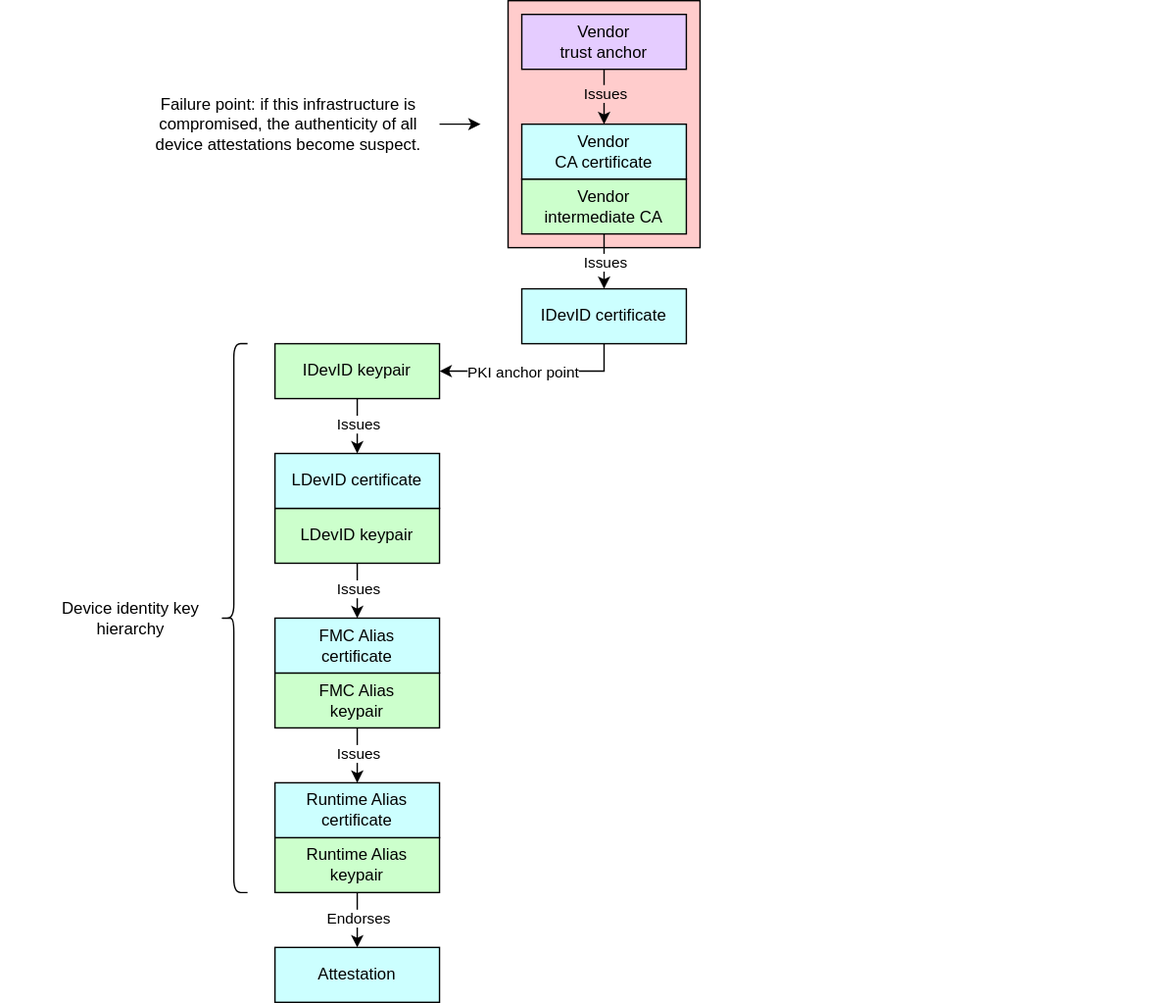
Before: specifications/device-trust-anchor-management/diagrams/compromised_vendor_pki.drawio.svg, a diagram exported from draw.io (opencomputeproject/Security). Source tidied: cells renumbered, new cells last; positions are measured from the earlier drawing's top-left corner, leaving out a move shared by most shapes.
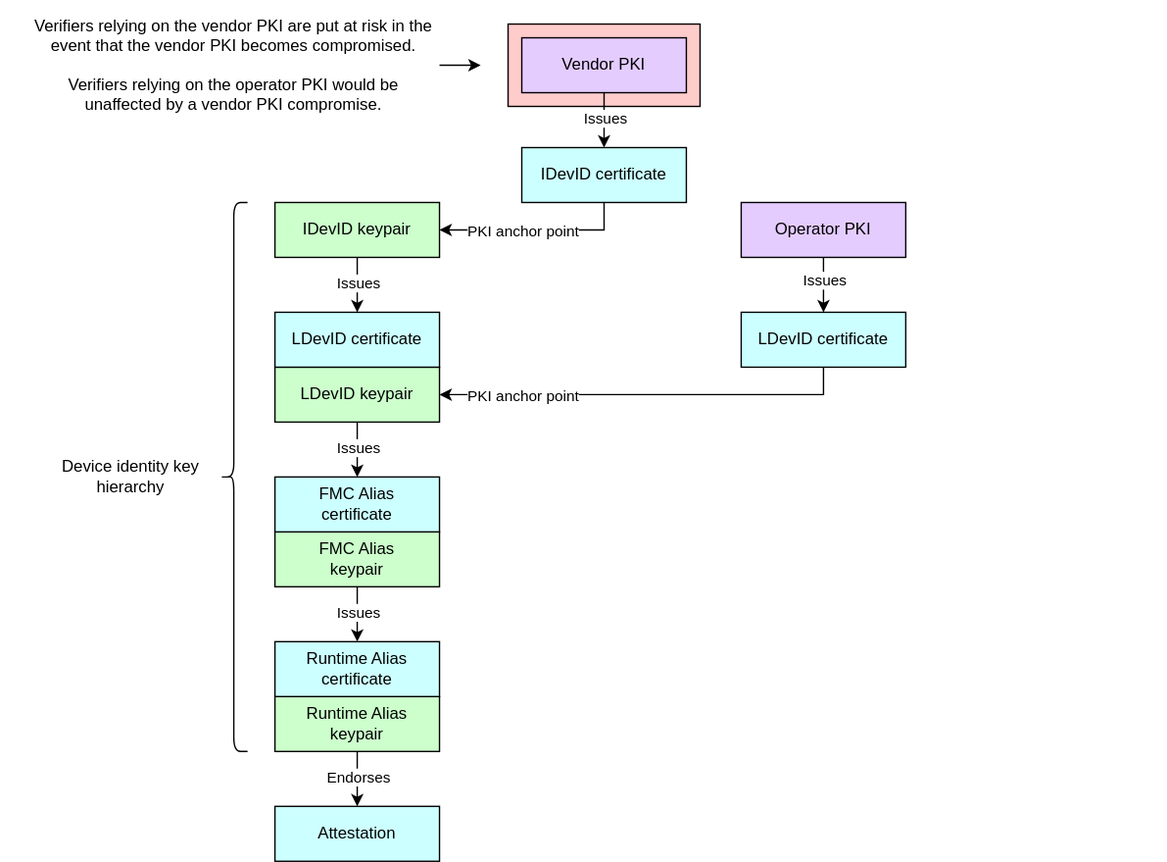
The same diagram one commit later.

Commit message:
Incorporate feedback on Device Identity Provisioning spec. (#31)

Change to the diagram source:
```diff
@@ -2,17 +2,28 @@
   <root>
     <mxCell id="0" />
     <mxCell id="1" parent="0" />
+    <mxCell id="19" style="rounded=0;whiteSpace=wrap;html=1;align=center;verticalAlign=middle;shadow=0;glass=0;spacingLeft=0;spacingBottom=0;spacingTop=0;fillColor=#FFFFFF;fontSize=10;strokeColor=#FFFFFF;" parent="1" vertex="1">
+      <mxGeometry y="120" width="90" height="20" as="geometry" />
+    </mxCell>
     <mxCell id="2" style="rounded=0;whiteSpace=wrap;html=1;align=center;verticalAlign=middle;shadow=0;glass=0;spacingLeft=0;spacingBottom=0;spacingTop=0;fillColor=#FFCCCC;" parent="1" vertex="1">
-      <mxGeometry x="370" width="140" height="180" as="geometry" />
+      <mxGeometry x="370" y="120" width="140" height="60" as="geometry" />
     </mxCell>
-    <mxCell id="3" style="edgeStyle=none;html=1;exitX=0.5;exitY=1;exitDx=0;exitDy=0;entryX=0.5;entryY=0;entryDx=0;entryDy=0;" parent="1" edge="1" source="5" target="17">
-      <mxGeometry relative="1" as="geometry" />
-    </mxCell>
-    <mxCell id="4" value="Issues" style="edgeLabel;html=1;align=center;verticalAlign=middle;" parent="3" vertex="1">
-      <mxGeometry x="-0.05" y="-1" relative="1" as="geometry">
-        <mxPoint x="1" y="-1" as="offset" />
-      </mxGeometry>
-    </mxCell>
+    <mxCell id="20" style="edgeStyle=none;html=1;exitX=1;exitY=0.5;exitDx=0;exitDy=0;" parent="1" edge="1" source="21">
+      <mxGeometry relative="1" as="geometry">
+        <mxPoint x="350" y="150" as="targetPoint" />
+      </mxGeometry>
+    </mxCell>
+    <mxCell id="21" value="&lt;div&gt;Verifiers relying on the vendor PKI are put at risk in the event that the vendor PKI becomes compromised.&lt;/div&gt;&lt;div&gt;&lt;br&gt;&lt;/div&gt;&lt;div&gt;&lt;font color=&quot;#000000&quot;&gt;Verifiers relying on the operator PKI would be unaffected by a vendor PKI compromise.&lt;/font&gt;&lt;/div&gt;" style="rounded=0;whiteSpace=wrap;html=1;align=center;verticalAlign=middle;shadow=0;glass=0;spacingLeft=0;spacingBottom=0;spacingTop=0;fillColor=none;strokeColor=none;" parent="1" vertex="1">
+      <mxGeometry x="20" y="102.5" width="300" height="95" as="geometry" />
+    </mxCell>
+    <mxCell id="34" style="edgeStyle=none;html=1;exitX=0.5;exitY=1;exitDx=0;exitDy=0;entryX=0.5;entryY=0;entryDx=0;entryDy=0;" parent="1" edge="1" source="5" target="17">
+      <mxGeometry relative="1" as="geometry" />
+    </mxCell>
+    <mxCell id="35" value="Issues" style="edgeLabel;html=1;align=center;verticalAlign=middle;" parent="34" vertex="1">
+      <mxGeometry x="-0.05" y="-1" relative="1" as="geometry">
+        <mxPoint x="1" y="-1" as="offset" />
+      </mxGeometry>
+    </mxCell>
     <mxCell id="5" value="&lt;div&gt;&lt;font color=&quot;#000000&quot;&gt;FMC Alias&lt;/font&gt;&lt;/div&gt;&lt;div&gt;&lt;font color=&quot;#000000&quot;&gt;keypair&lt;/font&gt;&lt;/div&gt;" style="rounded=0;whiteSpace=wrap;html=1;align=center;verticalAlign=middle;shadow=0;glass=0;spacingLeft=0;spacingBottom=0;spacingTop=0;fillColor=#CCFFCC;" parent="1" vertex="1">
       <mxGeometry x="200" y="490" width="120" height="40" as="geometry" />
     </mxCell>
@@ -22,11 +33,11 @@
     <mxCell id="7" style="edgeStyle=none;html=1;exitX=0.5;exitY=1;exitDx=0;exitDy=0;entryX=0.5;entryY=0;entryDx=0;entryDy=0;" parent="1" edge="1" source="9" target="6">
       <mxGeometry relative="1" as="geometry" />
     </mxCell>
-    <mxCell id="8" value="Issues" style="edgeLabel;html=1;align=center;verticalAlign=middle;" parent="7" vertex="1">
-      <mxGeometry x="-0.1" y="1" relative="1" as="geometry">
-        <mxPoint x="-1" as="offset" />
-      </mxGeometry>
-    </mxCell>
+    <mxCell id="36" value="Issues" style="edgeLabel;html=1;align=center;verticalAlign=middle;" parent="7" vertex="1">
+      <mxGeometry x="-0.1" y="1" relative="1" as="geometry">
+        <mxPoint x="-1" as="offset" />
+      </mxGeometry>
+    </mxCell>
     <mxCell id="9" value="&lt;div&gt;&lt;span style=&quot;background-color: transparent;&quot;&gt;&lt;font color=&quot;#000000&quot;&gt;LDevID&amp;nbsp;&lt;/font&gt;keypair&lt;/span&gt;&lt;/div&gt;" style="rounded=0;whiteSpace=wrap;html=1;align=center;verticalAlign=middle;shadow=0;glass=0;spacingLeft=0;spacingBottom=0;spacingTop=0;fillColor=#CCFFCC;" parent="1" vertex="1">
       <mxGeometry x="200" y="370" width="120" height="40" as="geometry" />
     </mxCell>
@@ -36,14 +47,56 @@
     <mxCell id="11" style="edgeStyle=none;html=1;entryX=0.5;entryY=0;entryDx=0;entryDy=0;exitX=0.5;exitY=1;exitDx=0;exitDy=0;" parent="1" edge="1" source="13" target="10">
       <mxGeometry relative="1" as="geometry" />
     </mxCell>
-    <mxCell id="12" value="Issues" style="edgeLabel;html=1;align=center;verticalAlign=middle;" parent="11" vertex="1">
-      <mxGeometry x="-0.1" y="1" relative="1" as="geometry">
-        <mxPoint x="-1" as="offset" />
-      </mxGeometry>
-    </mxCell>
+    <mxCell id="37" value="Issues" style="edgeLabel;html=1;align=center;verticalAlign=middle;" parent="11" vertex="1">
+      <mxGeometry x="-0.1" y="1" relative="1" as="geometry">
+        <mxPoint x="-1" as="offset" />
+      </mxGeometry>
+    </mxCell>
     <mxCell id="13" value="&lt;div&gt;&lt;font color=&quot;#000000&quot;&gt;IDevID&amp;nbsp;&lt;/font&gt;&lt;span style=&quot;background-color: transparent;&quot;&gt;keypair&lt;/span&gt;&lt;/div&gt;" style="rounded=0;whiteSpace=wrap;html=1;align=center;verticalAlign=middle;shadow=0;glass=0;spacingLeft=0;spacingBottom=0;spacingTop=0;fillColor=#CCFFCC;" parent="1" vertex="1">
       <mxGeometry x="200" y="250" width="120" height="40" as="geometry" />
     </mxCell>
+    <mxCell id="22" style="edgeStyle=orthogonalEdgeStyle;html=1;exitX=0.5;exitY=1;exitDx=0;exitDy=0;entryX=1;entryY=0.5;entryDx=0;entryDy=0;rounded=0;" parent="1" edge="1" source="24" target="13">
+      <mxGeometry relative="1" as="geometry" />
+    </mxCell>
+    <mxCell id="38" value="PKI anchor point" style="edgeLabel;html=1;align=center;verticalAlign=middle;" parent="22" vertex="1">
+      <mxGeometry x="0.44" y="1" relative="1" as="geometry">
+        <mxPoint x="21" y="-1" as="offset" />
+      </mxGeometry>
+    </mxCell>
+    <mxCell id="24" value="&lt;div&gt;&lt;font color=&quot;#000000&quot;&gt;IDevID&amp;nbsp;&lt;/font&gt;&lt;span style=&quot;background-color: transparent;&quot;&gt;certificate&lt;/span&gt;&lt;/div&gt;" style="rounded=0;whiteSpace=wrap;html=1;align=center;verticalAlign=middle;shadow=0;glass=0;spacingLeft=0;spacingBottom=0;spacingTop=0;fillColor=#CCFFFF;" parent="1" vertex="1">
+      <mxGeometry x="380" y="210" width="120" height="40" as="geometry" />
+    </mxCell>
+    <mxCell id="39" style="edgeStyle=none;html=1;entryX=0.5;entryY=0;entryDx=0;entryDy=0;exitX=0.5;exitY=1;exitDx=0;exitDy=0;" parent="1" edge="1" source="41" target="24">
+      <mxGeometry relative="1" as="geometry" />
+    </mxCell>
+    <mxCell id="40" value="Issues" style="edgeLabel;html=1;align=center;verticalAlign=middle;" parent="39" vertex="1">
+      <mxGeometry x="-0.2" y="-1" relative="1" as="geometry">
+        <mxPoint x="1" y="2" as="offset" />
+      </mxGeometry>
+    </mxCell>
+    <mxCell id="41" value="Vendor PKI" style="rounded=0;whiteSpace=wrap;html=1;align=center;verticalAlign=middle;shadow=0;glass=0;spacingLeft=0;spacingBottom=0;spacingTop=0;fillColor=#E5CCFF;" parent="1" vertex="1">
+      <mxGeometry x="380" y="130" width="120" height="40" as="geometry" />
+    </mxCell>
+    <mxCell id="42" style="edgeStyle=orthogonalEdgeStyle;html=1;exitX=0.5;exitY=1;exitDx=0;exitDy=0;entryX=1;entryY=0.5;entryDx=0;entryDy=0;rounded=0;" parent="1" edge="1" source="44" target="9">
+      <mxGeometry relative="1" as="geometry" />
+    </mxCell>
+    <mxCell id="43" value="PKI anchor point" style="edgeLabel;html=1;align=center;verticalAlign=middle;" parent="42" vertex="1">
+      <mxGeometry x="0.1" y="-2" relative="1" as="geometry">
+        <mxPoint x="-75" y="2" as="offset" />
+      </mxGeometry>
+    </mxCell>
+    <mxCell id="44" value="&lt;div&gt;&lt;font color=&quot;#000000&quot;&gt;LDevID certificate&lt;/font&gt;&lt;/div&gt;" style="rounded=0;whiteSpace=wrap;html=1;align=center;verticalAlign=middle;shadow=0;glass=0;spacingLeft=0;spacingBottom=0;spacingTop=0;fillColor=#CCFFFF;" parent="1" vertex="1">
+      <mxGeometry x="540" y="330" width="120" height="40" as="geometry" />
+    </mxCell>
+    <mxCell id="45" style="edgeStyle=none;html=1;exitX=0.5;exitY=1;exitDx=0;exitDy=0;entryX=0.5;entryY=0;entryDx=0;entryDy=0;" parent="1" edge="1" source="47" target="44">
+      <mxGeometry relative="1" as="geometry" />
+    </mxCell>
+    <mxCell id="46" value="Issues" style="edgeLabel;html=1;align=center;verticalAlign=middle;" parent="45" vertex="1">
+      <mxGeometry x="-0.2" relative="1" as="geometry" />
+    </mxCell>
+    <mxCell id="47" value="Operator PKI" style="rounded=0;whiteSpace=wrap;html=1;align=center;verticalAlign=middle;shadow=0;glass=0;spacingLeft=0;spacingBottom=0;spacingTop=0;fillColor=#E5CCFF;" parent="1" vertex="1">
+      <mxGeometry x="540" y="250" width="120" height="40" as="geometry" />
+    </mxCell>
     <mxCell id="14" style="edgeStyle=none;html=1;exitX=0.5;exitY=1;exitDx=0;exitDy=0;entryX=0.5;entryY=0;entryDx=0;entryDy=0;" parent="1" edge="1" source="16" target="18">
       <mxGeometry relative="1" as="geometry" />
     </mxCell>
@@ -61,59 +114,14 @@
     <mxCell id="18" value="&lt;div&gt;&lt;font color=&quot;#000000&quot;&gt;Attestation&lt;/font&gt;&lt;/div&gt;" style="rounded=0;whiteSpace=wrap;html=1;align=center;verticalAlign=middle;shadow=0;glass=0;spacingLeft=0;spacingBottom=0;spacingTop=0;fillColor=#CCFFFF;" parent="1" vertex="1">
       <mxGeometry x="200" y="690" width="120" height="40" as="geometry" />
     </mxCell>
-    <mxCell id="19" style="rounded=0;whiteSpace=wrap;html=1;align=center;verticalAlign=middle;shadow=0;glass=0;spacingLeft=0;spacingBottom=0;spacingTop=0;fillColor=#FFFFFF;fontSize=10;strokeColor=#FFFFFF;" parent="1" vertex="1">
-      <mxGeometry width="90" height="20" as="geometry" />
-    </mxCell>
-    <mxCell id="20" style="edgeStyle=none;html=1;exitX=1;exitY=0.5;exitDx=0;exitDy=0;" parent="1" edge="1" source="21">
-      <mxGeometry relative="1" as="geometry">
-        <mxPoint x="350" y="90" as="targetPoint" />
-      </mxGeometry>
-    </mxCell>
-    <mxCell id="21" value="&lt;div&gt;&lt;font color=&quot;#000000&quot;&gt;Failure point: if this infrastructure is compromised, the authenticity of all device attestations become suspect.&lt;/font&gt;&lt;/div&gt;" style="rounded=0;whiteSpace=wrap;html=1;align=center;verticalAlign=middle;shadow=0;glass=0;spacingLeft=0;spacingBottom=0;spacingTop=0;fillColor=none;strokeColor=none;" parent="1" vertex="1">
-      <mxGeometry x="100" y="65" width="220" height="50" as="geometry" />
-    </mxCell>
-    <mxCell id="22" style="edgeStyle=orthogonalEdgeStyle;html=1;exitX=0.5;exitY=1;exitDx=0;exitDy=0;rounded=0;entryX=1;entryY=0.5;entryDx=0;entryDy=0;" parent="1" edge="1" source="24" target="13">
-      <mxGeometry relative="1" as="geometry" />
-    </mxCell>
-    <mxCell id="23" value="PKI anchor point" style="edgeLabel;html=1;align=center;verticalAlign=middle;" parent="22" vertex="1">
-      <mxGeometry x="0.44" y="1" relative="1" as="geometry">
-        <mxPoint x="21" y="-1" as="offset" />
-      </mxGeometry>
-    </mxCell>
-    <mxCell id="24" value="&lt;div&gt;&lt;font color=&quot;#000000&quot;&gt;IDevID&amp;nbsp;&lt;/font&gt;&lt;span style=&quot;background-color: transparent;&quot;&gt;certificate&lt;/span&gt;&lt;/div&gt;" style="rounded=0;whiteSpace=wrap;html=1;align=center;verticalAlign=middle;shadow=0;glass=0;spacingLeft=0;spacingBottom=0;spacingTop=0;fillColor=#CCFFFF;" parent="1" vertex="1">
-      <mxGeometry x="380" y="210" width="120" height="40" as="geometry" />
-    </mxCell>
-    <mxCell id="25" style="edgeStyle=none;html=1;exitX=0.5;exitY=1;exitDx=0;exitDy=0;entryX=0.5;entryY=0;entryDx=0;entryDy=0;" parent="1" edge="1" source="27" target="24">
-      <mxGeometry relative="1" as="geometry" />
-    </mxCell>
-    <mxCell id="26" value="Issues" style="edgeLabel;html=1;align=center;verticalAlign=middle;" parent="25" vertex="1">
-      <mxGeometry x="-0.2" y="-1" relative="1" as="geometry">
-        <mxPoint x="1" y="4" as="offset" />
-      </mxGeometry>
-    </mxCell>
-    <mxCell id="27" value="Vendor&lt;div&gt;intermediate CA&lt;/div&gt;" style="rounded=0;whiteSpace=wrap;html=1;align=center;verticalAlign=middle;shadow=0;glass=0;spacingLeft=0;spacingBottom=0;spacingTop=0;fillColor=#CCFFCC;" parent="1" vertex="1">
-      <mxGeometry x="380" y="130" width="120" height="40" as="geometry" />
-    </mxCell>
-    <mxCell id="28" value="&lt;div&gt;&lt;font color=&quot;#000000&quot;&gt;Vendor&lt;/font&gt;&lt;/div&gt;&lt;div&gt;&lt;font color=&quot;#000000&quot;&gt;CA&amp;nbsp;&lt;/font&gt;&lt;span style=&quot;background-color: transparent;&quot;&gt;certificate&lt;/span&gt;&lt;/div&gt;" style="rounded=0;whiteSpace=wrap;html=1;align=center;verticalAlign=middle;shadow=0;glass=0;spacingLeft=0;spacingBottom=0;spacingTop=0;fillColor=#CCFFFF;" parent="1" vertex="1">
-      <mxGeometry x="380" y="90" width="120" height="40" as="geometry" />
-    </mxCell>
-    <mxCell id="29" style="edgeStyle=none;html=1;exitX=0.5;exitY=1;exitDx=0;exitDy=0;entryX=0.5;entryY=0;entryDx=0;entryDy=0;" parent="1" edge="1" source="31" target="28">
-      <mxGeometry relative="1" as="geometry" />
-    </mxCell>
-    <mxCell id="30" value="Issues" style="edgeLabel;html=1;align=center;verticalAlign=middle;labelBackgroundColor=#FFCCCC;" parent="29" vertex="1">
-      <mxGeometry x="-0.15" relative="1" as="geometry" />
-    </mxCell>
-    <mxCell id="31" value="Vendor&lt;div&gt;trust anchor&lt;/div&gt;" style="rounded=0;whiteSpace=wrap;html=1;align=center;verticalAlign=middle;shadow=0;glass=0;spacingLeft=0;spacingBottom=0;spacingTop=0;fillColor=#E5CCFF;" parent="1" vertex="1">
-      <mxGeometry x="380" y="10" width="120" height="40" as="geometry" />
-    </mxCell>
     <mxCell id="32" style="rounded=0;whiteSpace=wrap;html=1;align=center;verticalAlign=middle;shadow=0;glass=0;spacingLeft=0;spacingBottom=0;spacingTop=0;fillColor=#FFFFFF;fontSize=10;strokeColor=#FFFFFF;" parent="1" vertex="1">
-      <mxGeometry x="760" width="90" height="20" as="geometry" />
+      <mxGeometry x="760" y="120" width="90" height="20" as="geometry" />
     </mxCell>
-    <mxCell id="33" style="shape=curlyBracket;whiteSpace=wrap;html=1;rounded=1;labelPosition=left;verticalLabelPosition=middle;align=right;verticalAlign=middle;" parent="1" vertex="1">
-      <mxGeometry x="160" y="250" width="20" height="400" as="geometry" />
-    </mxCell>
-    <mxCell id="34" value="Device identity key hierarchy" style="text;strokeColor=none;align=center;fillColor=none;html=1;verticalAlign=middle;whiteSpace=wrap;rounded=0;" parent="1" vertex="1">
-      <mxGeometry x="40" y="435" width="110" height="30" as="geometry" />
-    </mxCell>
+    <mxCell id="48" style="shape=curlyBracket;whiteSpace=wrap;html=1;rounded=1;labelPosition=left;verticalLabelPosition=middle;align=right;verticalAlign=middle;" parent="1" vertex="1">
+      <mxGeometry x="160" y="250" width="20" height="400" as="geometry" />
+    </mxCell>
+    <mxCell id="49" value="Device identity key hierarchy" style="text;strokeColor=none;align=center;fillColor=none;html=1;verticalAlign=middle;whiteSpace=wrap;rounded=0;" parent="1" vertex="1">
+      <mxGeometry x="40" y="435" width="110" height="30" as="geometry" />
+    </mxCell>
   </root>
 </mxGraphModel>
```
